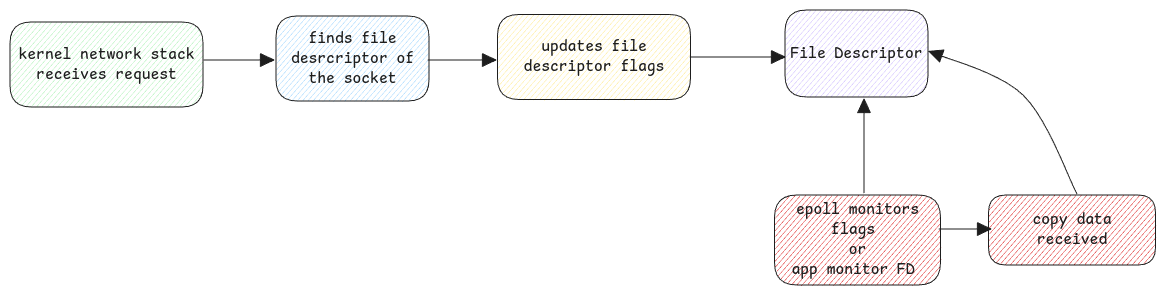
The Excalidraw diagram static/img/socket-process.excalidraw.png in swaroopar/inprogress-engineer, before a commit. Source tidied: one line per element, renumbered; positions are measured from the earlier drawing's top-left corner, leaving out a move shared by most shapes.
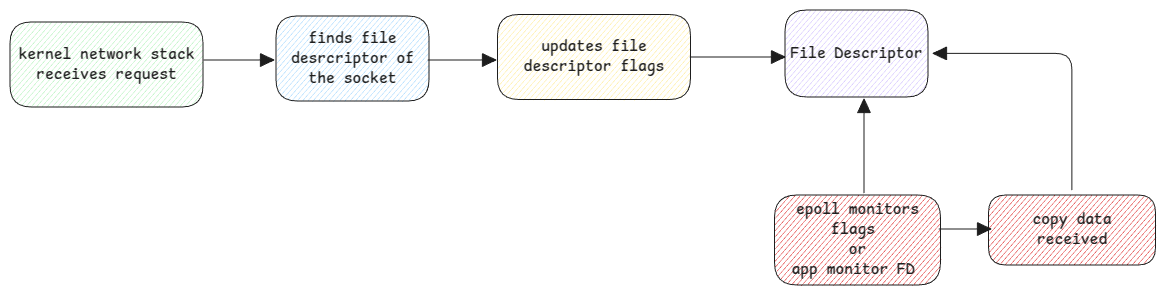
Above is the later version.

Change to the diagram source:
```diff
@@ -14,5 +14,5 @@
 {"id": 13, "type": "rectangle", "strokeColor": "#1e1e1e", "backgroundColor": "#d0bfff", "fillStyle": "hachure", "strokeWidth": 1, "roughness": 0, "round": true, "x": 775, "y": 0, "width": 143, "height": 87}
 {"id": 14, "type": "text", "text": "File Descriptor", "strokeColor": "#1e1e1e", "strokeWidth": 1, "roughness": 0, "fontSize": 16, "fontFamily": 8, "textAlign": "center", "verticalAlign": "middle", "inside": 13, "x": 780, "y": 34, "width": 132, "height": 20}
 {"id": 15, "type": "arrow", "strokeColor": "#1e1e1e", "strokeWidth": 1, "roughness": 0, "endArrowhead": "triangle", "round": true, "to": 13, "x": 854, "y": 183, "width": 0, "height": 94, "points": [[0, 0], [0, -94]]}
-{"id": 16, "type": "arrow", "strokeColor": "#1e1e1e", "strokeWidth": 1, "roughness": 0, "endArrowhead": "triangle", "round": true, "from": 11, "to": 13, "x": 1067, "y": 184, "width": 148, "height": 143, "points": [[0, 0], [-54, -99], [-148, -143]]}
+{"id": 16, "type": "arrow", "strokeColor": "#1e1e1e", "strokeWidth": 1, "roughness": 0, "endArrowhead": "triangle", "from": 11, "to": 13, "x": 1062, "y": 180, "width": 139, "height": 137, "points": [[0, 0], [0, -137], [-139, -137]]}
 {"id": 17, "type": "arrow", "strokeColor": "#1e1e1e", "backgroundColor": "#d0bfff", "fillStyle": "hachure", "strokeWidth": 1, "roughness": 0, "endArrowhead": "triangle", "round": true, "x": 929, "y": 219, "width": 52, "height": 0, "points": [[0, 0], [52, 0]]}
```
